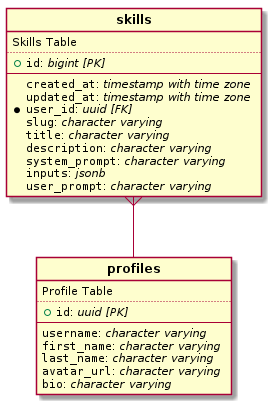
This is ddl/ddl.png from JovianHQ/jobot, a PlantUML export, as it was before one commit.
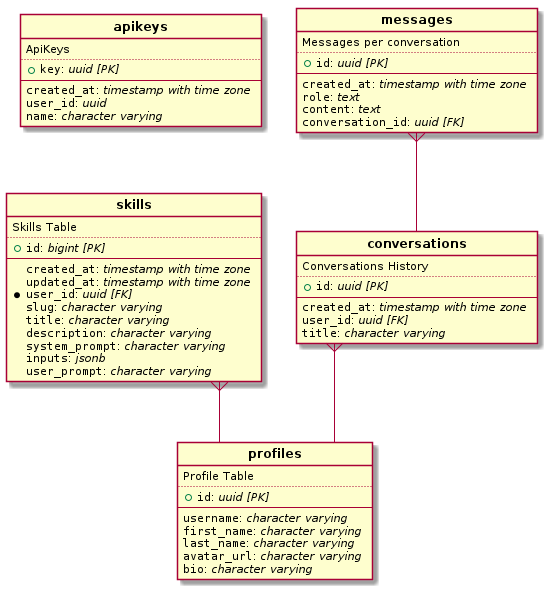
Later version of the same file.

Commit message:
Update DDL graph

Diff of the diagram source:
```diff
@@ -1,6 +1,37 @@
 @startuml
 hide circle
 skinparam linetype ortho
+
+entity "**apikeys**" {
+  ApiKeys
+  ..
+  + ""key"": //uuid [PK]//
+  --
+  ""created_at"": //timestamp with time zone //
+  ""user_id"": //uuid //
+  ""name"": //character varying //
+}
+
+entity "**conversations**" {
+  Conversations History
+  ..
+  + ""id"": //uuid [PK]//
+  --
+  ""created_at"": //timestamp with time zone //
+  ""user_id"": //uuid [FK]//
+  ""title"": //character varying //
+}
+
+entity "**messages**" {
+  Messages per conversation
+  ..
+  + ""id"": //uuid [PK]//
+  --
+  ""created_at"": //timestamp with time zone //
+  ""role"": //text //
+  ""content"": //text //
+  ""conversation_id"": //uuid [FK]//
+}
 
 entity "**profiles**" {
   Profile Table
@@ -30,5 +61,9 @@
   ""user_prompt"": //character varying //
 }
 
+"**conversations**"   }--  "**profiles**"
+
+"**messages**"   }--  "**conversations**"
+
 "**skills**"   }--  "**profiles**"
 @enduml
```
